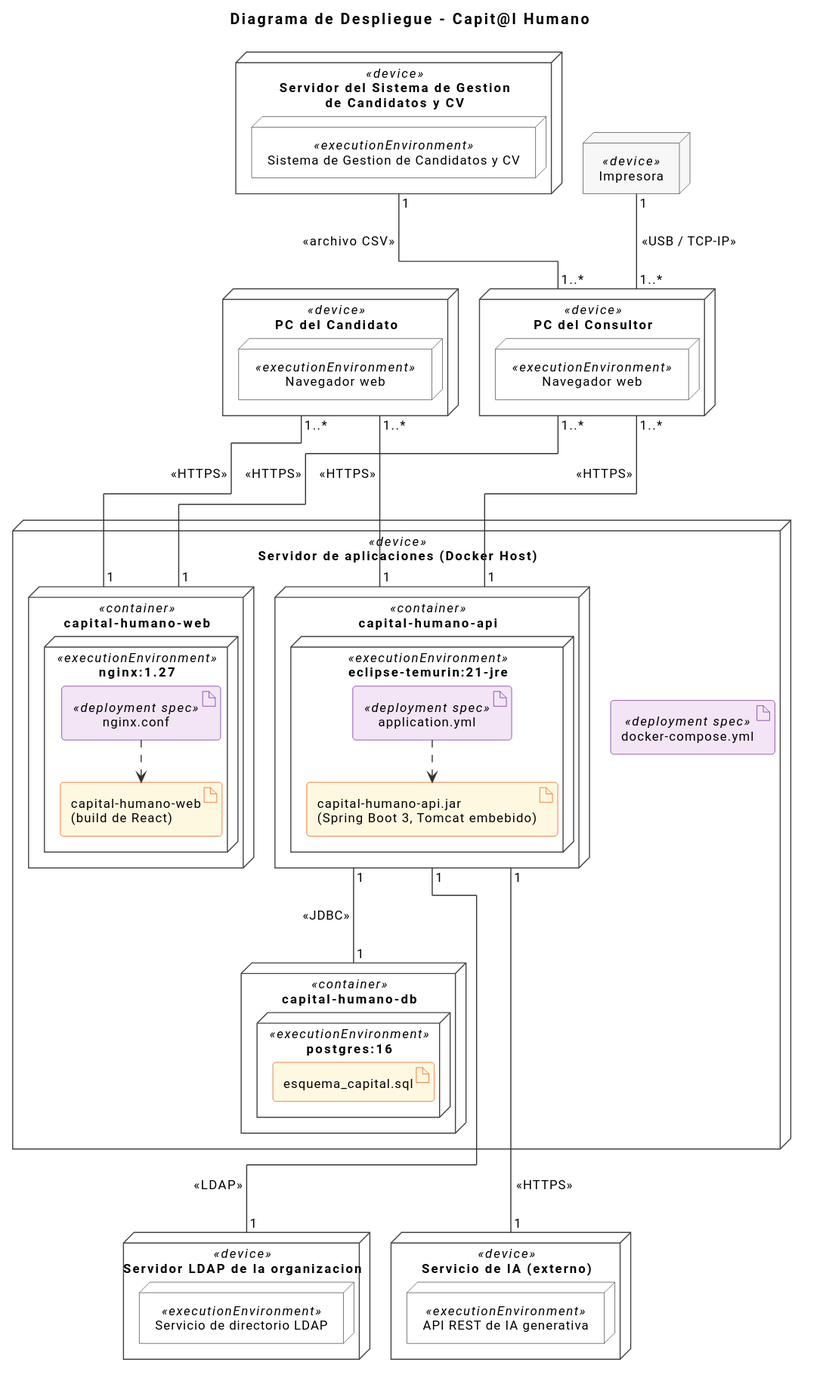
MarianoFrank/capitalhumano keeps this PlantUML diagram as uml/svg/DiagramaDespliegue.svg. Above is the earlier version.
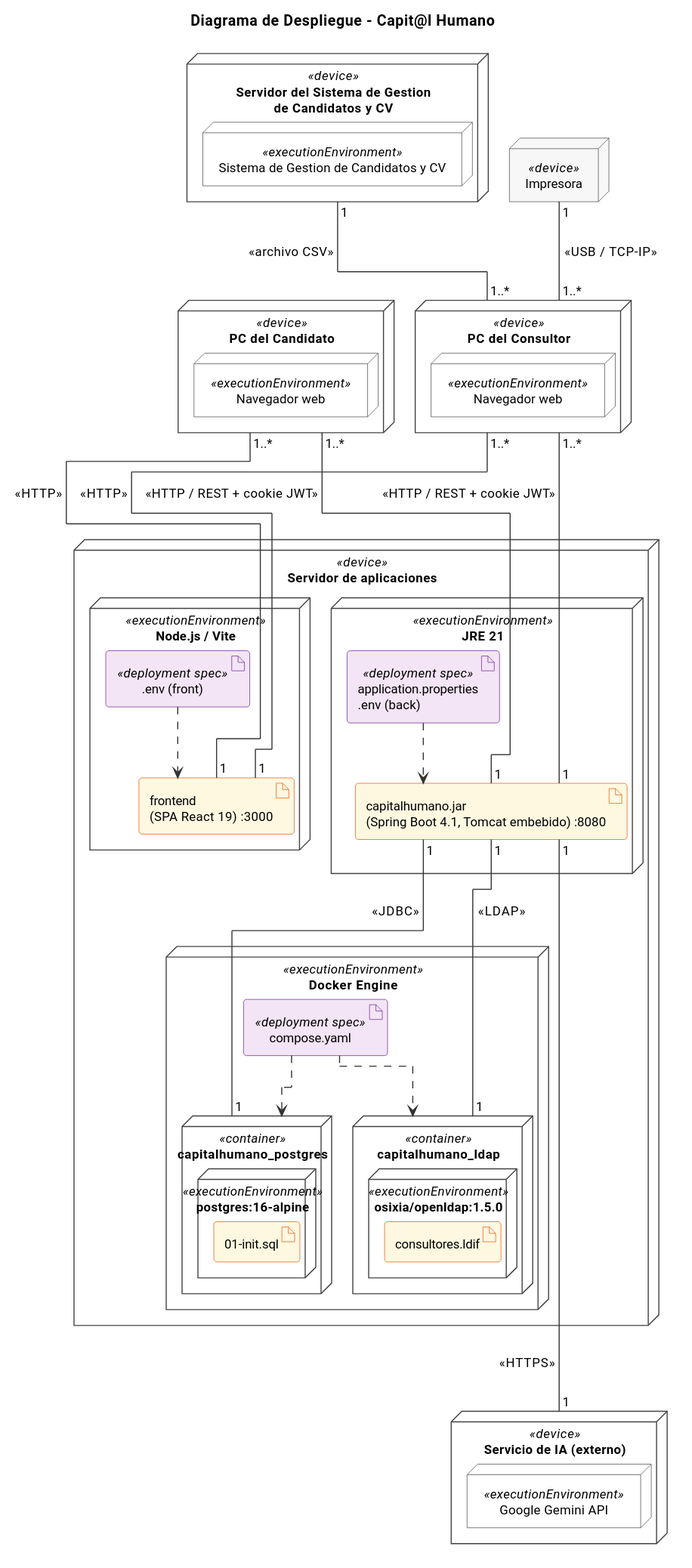
After the commit.

Commit message:
Alinear diagramas de clases y despliegue con la implementación

What changed in the source:
```diff
@@ -31,53 +31,55 @@
 
 node "Impresora" <<device>> as impresora
 
-node "Servidor de aplicaciones (Docker Host)" <<device>> as servidor {
+node "Servidor de aplicaciones" <<device>> as servidor {
 
-    artifact "docker-compose.yml" <<deployment spec>> as compose
-
-    node "capital-humano-web" <<container>> as cWeb {
-        node "nginx:1.27" <<executionEnvironment>> as nginx {
-            artifact "capital-humano-web\n(build de React)" as spa
-            artifact "nginx.conf" <<deployment spec>> as nginxConf
-        }
+    node "Node.js / Vite" <<executionEnvironment>> as vite {
+        artifact "frontend\n(SPA React 19) :3000" as spa
+        artifact ".env (front)" <<deployment spec>> as envFront
     }
 
-    node "capital-humano-api" <<container>> as cApi {
-        node "eclipse-temurin:21-jre" <<executionEnvironment>> as jre {
-            artifact "capital-humano-api.jar\n(Spring Boot 3, Tomcat embebido)" as jar
-            artifact "application.yml" <<deployment spec>> as appYml
-        }
+    node "JRE 21" <<executionEnvironment>> as jre {
+        artifact "capitalhumano.jar\n(Spring Boot 4.1, Tomcat embebido) :8080" as jar
+        artifact "application.properties\n.env (back)" <<deployment spec>> as appProps
     }
 
-    node "capital-humano-db" <<container>> as cDb {
-        node "postgres:16" <<executionEnvironment>> as pg {
-            artifact "esquema_capital.sql" as sql
+    node "Docker Engine" <<executionEnvironment>> as docker {
+        artifact "compose.yaml" <<deployment spec>> as compose
+
+        node "capitalhumano_postgres" <<container>> as cDb {
+            node "postgres:16-alpine" <<executionEnvironment>> as pg {
+                artifact "01-init.sql" as sql
+            }
+        }
+
+        node "capitalhumano_ldap" <<container>> as cLdap {
+            node "osixia/openldap:1.5.0" <<executionEnvironment>> as ldap {
+                artifact "consultores.ldif" as ldif
+            }
         }
     }
 }
 
-node "Servidor LDAP de la organizacion" <<device>> as srvLdap {
-    node "Servicio de directorio LDAP" <<executionEnvironment>> as ldap
-}
-
 node "Servicio de IA (externo)" <<device>> as srvIA {
-    node "API REST de IA generativa" <<executionEnvironment>> as apiIA
+    node "Google Gemini API" <<executionEnvironment>> as apiIA
 }
 
 node "Servidor del Sistema de Gestion\nde Candidatos y CV" <<device>> as srvCV {
     node "Sistema de Gestion de Candidatos y CV" <<executionEnvironment>> as sistCV
 }
 
-pcConsultor "1..*" -- "1" cWeb : <<HTTPS>>
-pcConsultor "1..*" -- "1" cApi : <<HTTPS>>
-pcCandidato "1..*" -- "1" cWeb : <<HTTPS>>
-pcCandidato "1..*" -- "1" cApi : <<HTTPS>>
-cApi "1" -- "1" cDb : <<JDBC>>
-cApi "1" -- "1" srvLdap : <<LDAP>>
-cApi "1" -- "1" srvIA : <<HTTPS>>
+pcConsultor "1..*" -- "1" spa : <<HTTP>>
+pcConsultor "1..*" -- "1" jar : <<HTTP / REST + cookie JWT>>
+pcCandidato "1..*" -- "1" spa : <<HTTP>>
+pcCandidato "1..*" -- "1" jar : <<HTTP / REST + cookie JWT>>
+jar "1" -- "1" cDb : <<JDBC>>
+jar "1" -- "1" cLdap : <<LDAP>>
+jar "1" -- "1" srvIA : <<HTTPS>>
 impresora "1" -- "1..*" pcConsultor : <<USB / TCP-IP>>
 srvCV "1" -- "1..*" pcConsultor : <<archivo CSV>>
 
-nginxConf ..> spa
-appYml ..> jar
+envFront ..> spa
+appProps ..> jar
+compose ..> cDb
+compose ..> cLdap
 @enduml
```
